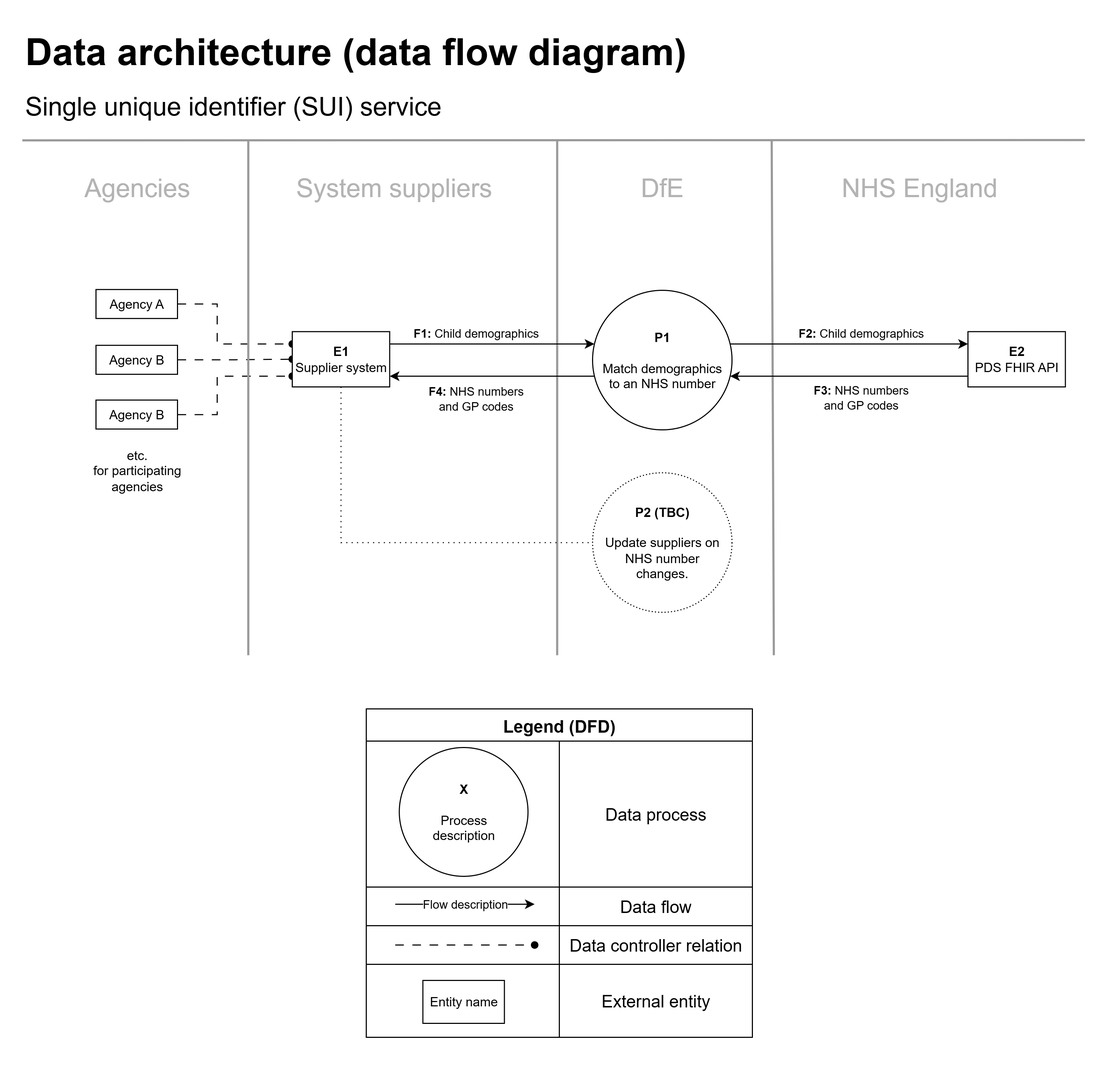
The draw.io diagram Docs/architecture/models/data-architecture.drawio.png in DFE-Digital/single-unique-identifier, before a commit. Source tidied: cells renumbered, new cells last; positions are measured from the earlier drawing's top-left corner, leaving out a move shared by most shapes.
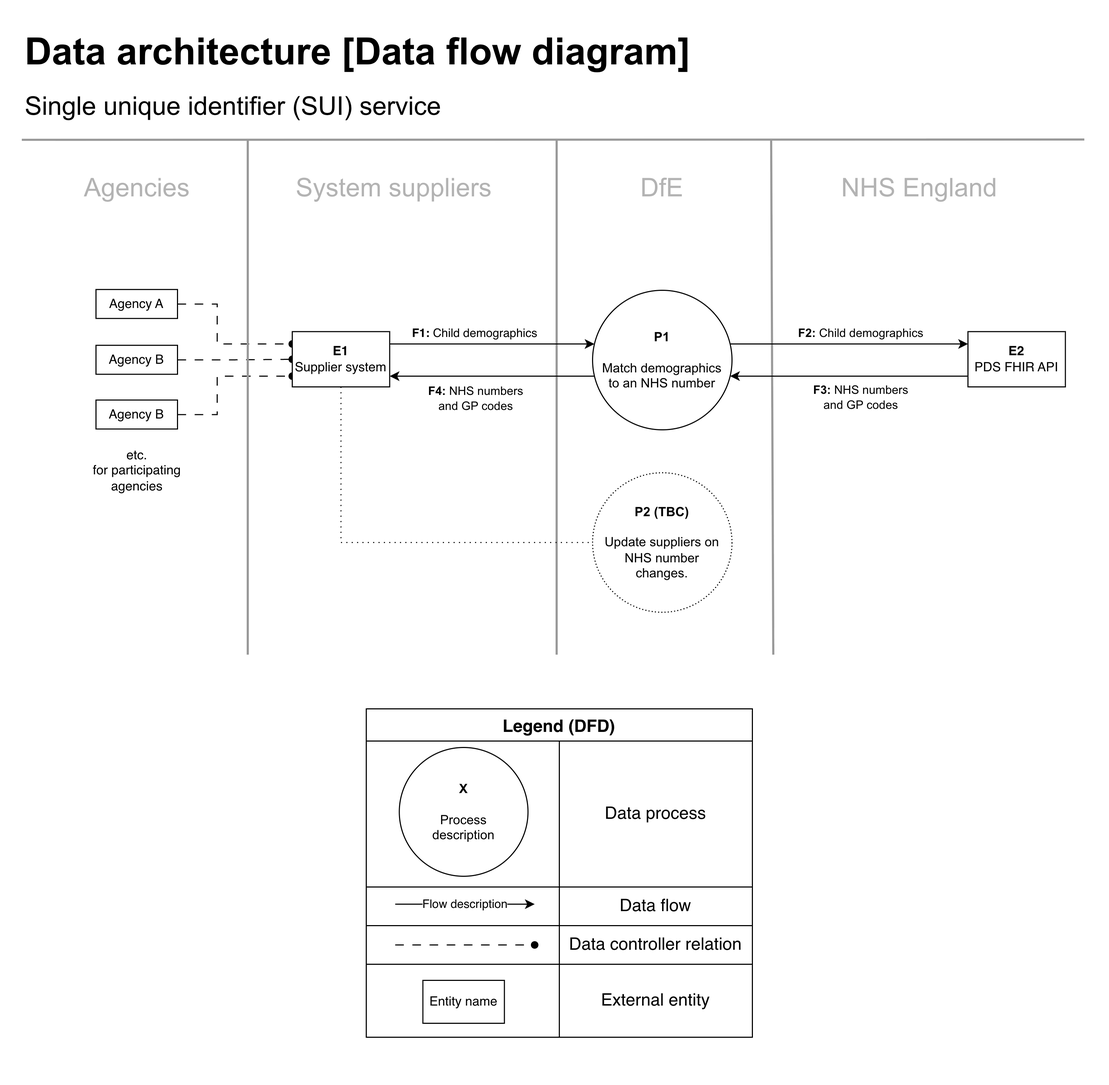
The same file after the commit.

Commit message:
docs: Add application architecture

Change to the diagram source:
```diff
@@ -22,7 +22,7 @@
         <mxPoint x="498" y="110" as="targetPoint" />
       </mxGeometry>
     </mxCell>
-    <mxCell id="5" value="&lt;h1 style=&quot;margin-top: 0px;&quot;&gt;&lt;font style=&quot;font-size: 35px;&quot;&gt;Data architecture (data flow diagram)&lt;/font&gt;&lt;/h1&gt;&lt;p&gt;&lt;font style=&quot;font-size: 24px;&quot;&gt;Single unique identifier (SUI) service&lt;/font&gt;&lt;/p&gt;" style="text;html=1;whiteSpace=wrap;overflow=hidden;rounded=0;fontFamily=Arial;" parent="1" vertex="1">
+    <mxCell id="5" value="&lt;h1 style=&quot;margin-top: 0px;&quot;&gt;&lt;font style=&quot;font-size: 35px;&quot;&gt;Data architecture [Data flow diagram]&lt;/font&gt;&lt;/h1&gt;&lt;p&gt;&lt;font style=&quot;font-size: 24px;&quot;&gt;Single unique identifier (SUI) service&lt;/font&gt;&lt;/p&gt;" style="text;html=1;whiteSpace=wrap;overflow=hidden;rounded=0;fontFamily=Arial;" parent="1" vertex="1">
       <mxGeometry width="684" height="120" as="geometry" />
     </mxCell>
     <mxCell id="6" value="&lt;b&gt;F2:&lt;/b&gt; Child demographics" style="rounded=0;jettySize=auto;html=1;fontFamily=Arial;edgeStyle=orthogonalEdgeStyle;" parent="1" edge="1" source="9" target="38">
```
